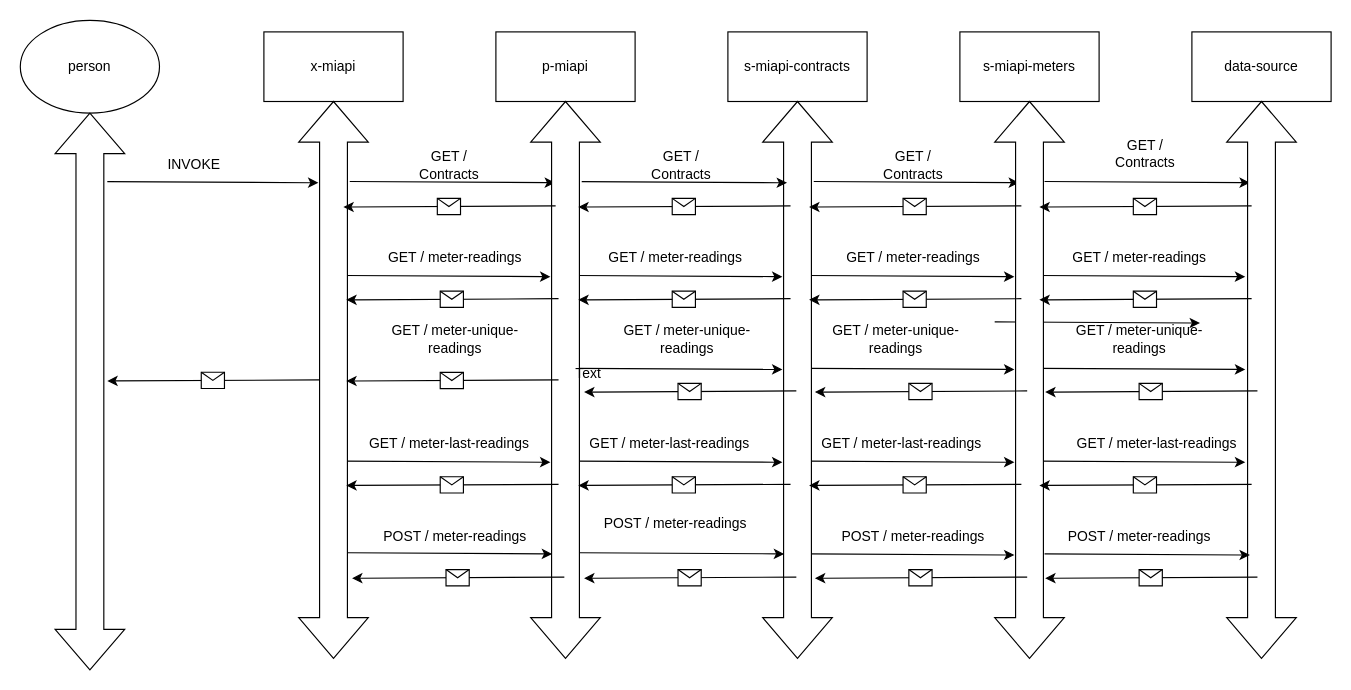
Earlier version of the draw.io diagram Untitled Diagram.drawio (lennyjuma/demo). Source tidied: cells renumbered, new cells numbered last; positions are measured from the earlier drawing's top-left corner, leaving out a move shared by most shapes. Both pictures are drawn from the tidied source at 116%, with x=0, y=0 at pixel (-189, 20).
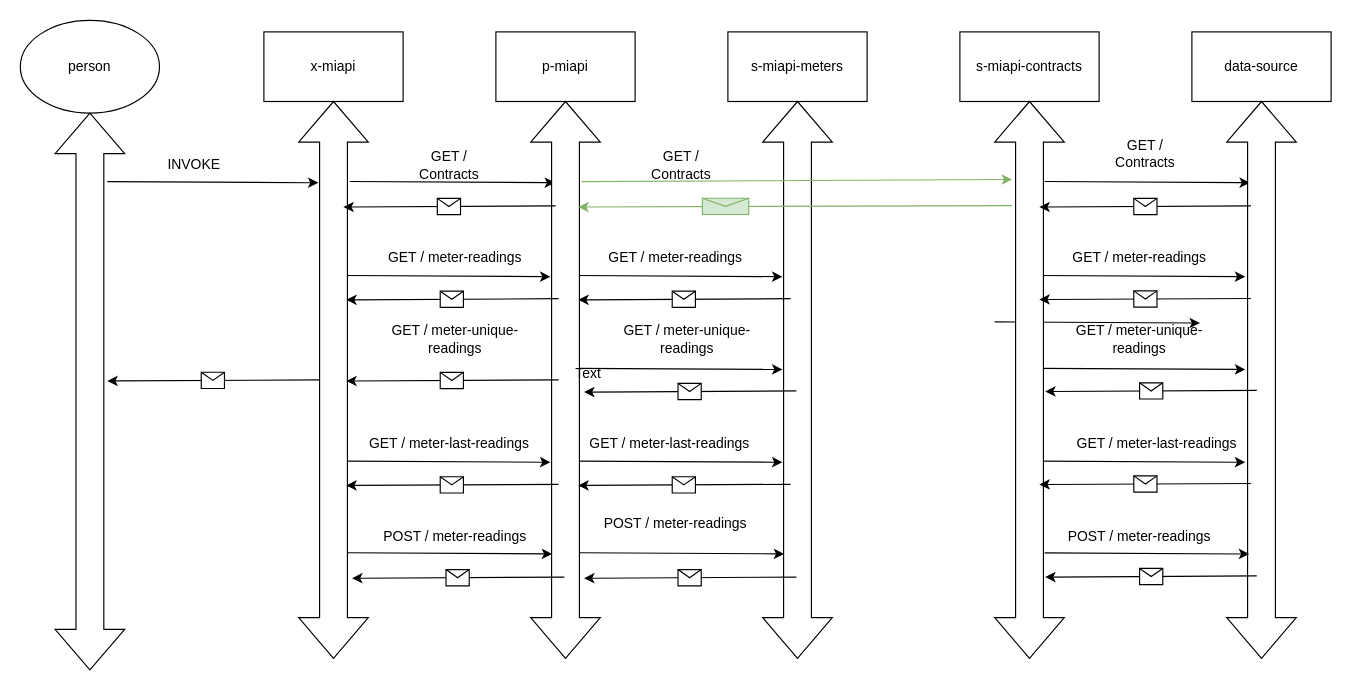
The same diagram, later.

Unchanged cells that the change refers to:
```xml
<mxCell id="48" style="html=1;shadow=0;dashed=0;align=center;verticalAlign=middle;shape=mxgraph.arrows2.twoWayArrow;dy=0.6;dx=35;rotation=-90;" parent="1" vertex="1">
  <mxGeometry x="810" y="280" width="480" height="60" as="geometry" />
</mxCell>
<mxCell id="49" style="html=1;shadow=0;dashed=0;align=center;verticalAlign=middle;shape=mxgraph.arrows2.twoWayArrow;dy=0.6;dx=35;rotation=-90;" parent="1" vertex="1">
  <mxGeometry x="610" y="280" width="480" height="60" as="geometry" />
</mxCell>
<mxCell id="50" style="html=1;shadow=0;dashed=0;align=center;verticalAlign=middle;shape=mxgraph.arrows2.twoWayArrow;dy=0.6;dx=35;rotation=-90;" parent="1" vertex="1">
  <mxGeometry x="410" y="280" width="480" height="60" as="geometry" />
</mxCell>
```

The edit, as a diff of the source:
```diff
@@
-    <mxCell id="5" value="s-miapi-meters" style="rounded=0;whiteSpace=wrap;html=1;" parent="1" vertex="1">
+    <mxCell id="5" value="s-miapi-contracts" style="rounded=0;whiteSpace=wrap;html=1;" parent="1" vertex="1">
       <mxGeometry x="990" y="10" width="120" height="60" as="geometry" />
     </mxCell>
-    <mxCell id="6" value="s-miapi-contracts" style="rounded=0;whiteSpace=wrap;html=1;" parent="1" vertex="1">
+    <mxCell id="6" value="s-miapi-meters" style="rounded=0;whiteSpace=wrap;html=1;" parent="1" vertex="1">
       <mxGeometry x="790" y="10" width="120" height="60" as="geometry" />
     </mxCell>
@@
-    <mxCell id="12" style="endArrow=classic;html=1;rounded=0;entryX=0.854;entryY=0.35;entryDx=0;entryDy=0;entryPerimeter=0;exitX=0.856;exitY=0.733;exitDx=0;exitDy=0;exitPerimeter=0;" parent="1" edge="1">
-      <mxGeometry relative="1" as="geometry">
-        <mxPoint x="864" y="139" as="sourcePoint" />
-        <mxPoint x="1041" y="140" as="targetPoint" />
-      </mxGeometry>
-    </mxCell>
-    <mxCell id="13" style="endArrow=classic;html=1;rounded=0;entryX=0.854;entryY=0.35;entryDx=0;entryDy=0;entryPerimeter=0;exitX=0.856;exitY=0.733;exitDx=0;exitDy=0;exitPerimeter=0;" parent="1" edge="1">
-      <mxGeometry relative="1" as="geometry">
-        <mxPoint x="860" y="460" as="sourcePoint" />
-        <mxPoint x="1037" y="461" as="targetPoint" />
-      </mxGeometry>
-    </mxCell>
-    <mxCell id="14" style="endArrow=classic;html=1;rounded=0;entryX=0.854;entryY=0.35;entryDx=0;entryDy=0;entryPerimeter=0;exitX=0.856;exitY=0.733;exitDx=0;exitDy=0;exitPerimeter=0;" parent="1" edge="1">
-      <mxGeometry relative="1" as="geometry">
-        <mxPoint x="860" y="380" as="sourcePoint" />
-        <mxPoint x="1037" y="381" as="targetPoint" />
-      </mxGeometry>
-    </mxCell>
-    <mxCell id="15" style="endArrow=classic;html=1;rounded=0;entryX=0.854;entryY=0.35;entryDx=0;entryDy=0;entryPerimeter=0;exitX=0.856;exitY=0.733;exitDx=0;exitDy=0;exitPerimeter=0;" parent="1" edge="1">
-      <mxGeometry relative="1" as="geometry">
-        <mxPoint x="860" y="300" as="sourcePoint" />
-        <mxPoint x="1037" y="301" as="targetPoint" />
-      </mxGeometry>
-    </mxCell>
-    <mxCell id="16" style="endArrow=classic;html=1;rounded=0;entryX=0.854;entryY=0.35;entryDx=0;entryDy=0;entryPerimeter=0;exitX=0.856;exitY=0.733;exitDx=0;exitDy=0;exitPerimeter=0;" parent="1" edge="1">
-      <mxGeometry relative="1" as="geometry">
-        <mxPoint x="860" y="220" as="sourcePoint" />
-        <mxPoint x="1037" y="221" as="targetPoint" />
-      </mxGeometry>
-    </mxCell>
@@
-    <mxCell id="28" value="GET / Contracts" style="text;html=1;strokeColor=none;fillColor=none;align=center;verticalAlign=middle;whiteSpace=wrap;rounded=0;" parent="1" vertex="1">
-      <mxGeometry x="920" y="110" width="60" height="30" as="geometry" />
-    </mxCell>
@@
-    <mxCell id="33" value="GET / meter-readings" style="text;html=1;strokeColor=none;fillColor=none;align=center;verticalAlign=middle;whiteSpace=wrap;rounded=0;" parent="1" vertex="1">
-      <mxGeometry x="885" y="190" width="130" height="30" as="geometry" />
-    </mxCell>
@@
-    <mxCell id="35" value="GET / meter-unique-readings" style="text;html=1;strokeColor=none;fillColor=none;align=center;verticalAlign=middle;whiteSpace=wrap;rounded=0;" parent="1" vertex="1">
-      <mxGeometry x="860" y="260" width="150" height="30" as="geometry" />
-    </mxCell>
@@
-    <mxCell id="37" value="GET / meter-last-readings" style="text;html=1;strokeColor=none;fillColor=none;align=center;verticalAlign=middle;whiteSpace=wrap;rounded=0;" parent="1" vertex="1">
-      <mxGeometry x="870" y="350" width="140" height="30" as="geometry" />
-    </mxCell>
@@
-    <mxCell id="39" value="POST / meter-readings" style="text;html=1;strokeColor=none;fillColor=none;align=center;verticalAlign=middle;whiteSpace=wrap;rounded=0;" parent="1" vertex="1">
-      <mxGeometry x="885" y="430" width="130" height="30" as="geometry" />
-    </mxCell>
@@
-    <mxCell id="55" style="endArrow=classic;html=1;rounded=0;entryX=0.854;entryY=0.35;entryDx=0;entryDy=0;entryPerimeter=0;exitX=0.856;exitY=0.733;exitDx=0;exitDy=0;exitPerimeter=0;" parent="1" edge="1" source="50" target="49">
+    <mxCell id="55" style="endArrow=classic;html=1;rounded=0;entryX=0.86;entryY=0.25;entryDx=0;entryDy=0;entryPerimeter=0;exitX=0.856;exitY=0.733;exitDx=0;exitDy=0;exitPerimeter=0;fillColor=#d5e8d4;strokeColor=#82b366;" parent="1" edge="1" source="50" target="48">
       <mxGeometry relative="1" as="geometry" />
     </mxCell>
-    <mxCell id="56" style="group;" parent="1" vertex="1">
-      <mxGeometry x="860" y="160" width="188" height="321" as="geometry" />
-    </mxCell>
-    <mxCell id="57" style="endArrow=classic;html=1;rounded=0;exitX=0.5;exitY=0;exitDx=0;exitDy=18;exitPerimeter=0;entryX=0.519;entryY=0.75;entryDx=0;entryDy=0;entryPerimeter=0;" parent="56" edge="1">
-      <mxGeometry relative="1" as="geometry">
-        <mxPoint x="183" as="sourcePoint" />
-        <mxPoint y="1" as="targetPoint" />
-      </mxGeometry>
-    </mxCell>
-    <mxCell id="58" style="shape=message;html=1;" parent="57" vertex="1">
-      <mxGeometry width="20" height="14" relative="1" as="geometry">
-        <mxPoint x="-10" y="-7" as="offset" />
-      </mxGeometry>
-    </mxCell>
-    <mxCell id="59" style="endArrow=classic;html=1;rounded=0;exitX=0.5;exitY=0;exitDx=0;exitDy=18;exitPerimeter=0;entryX=0.519;entryY=0.75;entryDx=0;entryDy=0;entryPerimeter=0;" parent="56" edge="1">
-      <mxGeometry relative="1" as="geometry">
-        <mxPoint x="183" y="80" as="sourcePoint" />
-        <mxPoint y="81" as="targetPoint" />
-      </mxGeometry>
-    </mxCell>
-    <mxCell id="60" style="shape=message;html=1;" parent="59" vertex="1">
-      <mxGeometry width="20" height="14" relative="1" as="geometry">
-        <mxPoint x="-10" y="-7" as="offset" />
-      </mxGeometry>
-    </mxCell>
-    <mxCell id="61" style="endArrow=classic;html=1;rounded=0;exitX=0.5;exitY=0;exitDx=0;exitDy=18;exitPerimeter=0;entryX=0.519;entryY=0.75;entryDx=0;entryDy=0;entryPerimeter=0;" parent="56" edge="1">
-      <mxGeometry relative="1" as="geometry">
-        <mxPoint x="183" y="240" as="sourcePoint" />
-        <mxPoint y="241" as="targetPoint" />
-      </mxGeometry>
-    </mxCell>
-    <mxCell id="62" style="shape=message;html=1;" parent="61" vertex="1">
-      <mxGeometry width="20" height="14" relative="1" as="geometry">
-        <mxPoint x="-10" y="-7" as="offset" />
-      </mxGeometry>
-    </mxCell>
-    <mxCell id="63" style="endArrow=classic;html=1;rounded=0;exitX=0.5;exitY=0;exitDx=0;exitDy=18;exitPerimeter=0;entryX=0.519;entryY=0.75;entryDx=0;entryDy=0;entryPerimeter=0;" parent="56" edge="1">
-      <mxGeometry relative="1" as="geometry">
-        <mxPoint x="188" y="159.5" as="sourcePoint" />
-        <mxPoint x="5" y="160.5" as="targetPoint" />
-      </mxGeometry>
-    </mxCell>
-    <mxCell id="64" style="shape=message;html=1;" parent="63" vertex="1">
-      <mxGeometry width="20" height="14" relative="1" as="geometry">
-        <mxPoint x="-10" y="-7" as="offset" />
-      </mxGeometry>
-    </mxCell>
-    <mxCell id="65" style="endArrow=classic;html=1;rounded=0;exitX=0.5;exitY=0;exitDx=0;exitDy=18;exitPerimeter=0;entryX=0.519;entryY=0.75;entryDx=0;entryDy=0;entryPerimeter=0;" parent="56" edge="1">
-      <mxGeometry relative="1" as="geometry">
-        <mxPoint x="188" y="320" as="sourcePoint" />
-        <mxPoint x="5" y="321" as="targetPoint" />
-      </mxGeometry>
-    </mxCell>
-    <mxCell id="66" style="shape=message;html=1;" parent="65" vertex="1">
-      <mxGeometry width="20" height="14" relative="1" as="geometry">
-        <mxPoint x="-10" y="-7" as="offset" />
-      </mxGeometry>
-    </mxCell>
-    <mxCell id="67" style="group;" parent="1" vertex="1">
-      <mxGeometry x="661" y="160" width="188" height="321" as="geometry" />
-    </mxCell>
+    <mxCell id="78" style="group;" parent="1" vertex="1">
+      <mxGeometry x="461" y="160" width="188" height="321" as="geometry" />
+    </mxCell>
+    <mxCell id="79" style="endArrow=classic;html=1;rounded=0;exitX=0.5;exitY=0;exitDx=0;exitDy=18;exitPerimeter=0;entryX=0.519;entryY=0.75;entryDx=0;entryDy=0;entryPerimeter=0;" parent="78" edge="1">
+      <mxGeometry relative="1" as="geometry">
+        <mxPoint x="183" y="80" as="sourcePoint" />
+        <mxPoint y="81" as="targetPoint" />
+      </mxGeometry>
+    </mxCell>
+    <mxCell id="80" style="shape=message;html=1;" parent="79" vertex="1">
+      <mxGeometry width="20" height="14" relative="1" as="geometry">
+        <mxPoint x="-10" y="-7" as="offset" />
+      </mxGeometry>
+    </mxCell>
+    <mxCell id="81" style="endArrow=classic;html=1;rounded=0;exitX=0.5;exitY=0;exitDx=0;exitDy=18;exitPerimeter=0;entryX=0.519;entryY=0.75;entryDx=0;entryDy=0;entryPerimeter=0;" parent="78" edge="1">
+      <mxGeometry relative="1" as="geometry">
+        <mxPoint x="183" y="240" as="sourcePoint" />
+        <mxPoint y="241" as="targetPoint" />
+      </mxGeometry>
+    </mxCell>
+    <mxCell id="82" style="shape=message;html=1;" parent="81" vertex="1">
+      <mxGeometry width="20" height="14" relative="1" as="geometry">
+        <mxPoint x="-10" y="-7" as="offset" />
+      </mxGeometry>
+    </mxCell>
+    <mxCell id="83" style="endArrow=classic;html=1;rounded=0;exitX=0.5;exitY=0;exitDx=0;exitDy=18;exitPerimeter=0;entryX=0.519;entryY=0.75;entryDx=0;entryDy=0;entryPerimeter=0;" parent="78" edge="1">
+      <mxGeometry relative="1" as="geometry">
+        <mxPoint x="183" y="150" as="sourcePoint" />
+        <mxPoint y="151" as="targetPoint" />
+      </mxGeometry>
+    </mxCell>
+    <mxCell id="84" style="shape=message;html=1;" parent="83" vertex="1">
+      <mxGeometry width="20" height="14" relative="1" as="geometry">
+        <mxPoint x="-10" y="-7" as="offset" />
+      </mxGeometry>
+    </mxCell>
+    <mxCell id="85" style="endArrow=classic;html=1;rounded=0;exitX=0.5;exitY=0;exitDx=0;exitDy=18;exitPerimeter=0;entryX=0.519;entryY=0.75;entryDx=0;entryDy=0;entryPerimeter=0;" parent="78" edge="1">
+      <mxGeometry relative="1" as="geometry">
+        <mxPoint x="188" y="320" as="sourcePoint" />
+        <mxPoint x="5" y="321" as="targetPoint" />
+      </mxGeometry>
+    </mxCell>
+    <mxCell id="86" style="shape=message;html=1;" parent="85" vertex="1">
+      <mxGeometry width="20" height="14" relative="1" as="geometry">
+        <mxPoint x="-10" y="-7" as="offset" />
+      </mxGeometry>
+    </mxCell>
+    <mxCell id="99" style="endArrow=classic;html=1;rounded=0;exitX=0.5;exitY=0;exitDx=0;exitDy=18;exitPerimeter=0;entryX=0.519;entryY=0.75;entryDx=0;entryDy=0;entryPerimeter=0;" parent="1" edge="1">
+      <mxGeometry relative="1" as="geometry">
+        <mxPoint x="641.5" y="160" as="sourcePoint" />
+        <mxPoint x="458.5" y="161" as="targetPoint" />
+      </mxGeometry>
+    </mxCell>
+    <mxCell id="100" style="shape=message;html=1;" parent="99" vertex="1">
+      <mxGeometry width="20" height="14" relative="1" as="geometry">
+        <mxPoint x="-10" y="-7" as="offset" />
+      </mxGeometry>
+    </mxCell>
+    <mxCell id="101" value="Text" style="text;html=1;strokeColor=none;fillColor=none;align=center;verticalAlign=middle;whiteSpace=wrap;rounded=0;" parent="1" vertex="1">
+      <mxGeometry x="640" y="290" width="60" height="30" as="geometry" />
+    </mxCell>
+    <mxCell id="102" value="INVOKE" style="text;html=1;strokeColor=none;fillColor=none;align=center;verticalAlign=middle;whiteSpace=wrap;rounded=0;" parent="1" vertex="1">
+      <mxGeometry x="300" y="110" width="60" height="30" as="geometry" />
+    </mxCell>
-    <mxCell id="68" style="endArrow=classic;html=1;rounded=0;exitX=0.5;exitY=0;exitDx=0;exitDy=18;exitPerimeter=0;entryX=0.519;entryY=0.75;entryDx=0;entryDy=0;entryPerimeter=0;" parent="67" edge="1">
+    <mxCell id="68" style="endArrow=classic;html=1;rounded=0;exitX=0.813;exitY=0.25;exitDx=0;exitDy=0;exitPerimeter=0;entryX=0.519;entryY=0.75;entryDx=0;entryDy=0;entryPerimeter=0;fillColor=#d5e8d4;strokeColor=#82b366;" parent="1" edge="1" source="48">
       <mxGeometry relative="1" as="geometry">
-        <mxPoint x="183" as="sourcePoint" />
-        <mxPoint y="1" as="targetPoint" />
+        <mxPoint x="661" y="161" as="targetPoint" />
       </mxGeometry>
     </mxCell>
-    <mxCell id="69" style="shape=message;html=1;" parent="68" vertex="1">
-      <mxGeometry width="20" height="14" relative="1" as="geometry">
-        <mxPoint x="-10" y="-7" as="offset" />
+    <mxCell id="69" style="shape=message;html=1;fillColor=#d5e8d4;strokeColor=#82b366;" parent="68" vertex="1">
+      <mxGeometry width="40" height="14" relative="1" as="geometry">
+        <mxPoint x="-80" y="-7" as="offset" />
       </mxGeometry>
     </mxCell>
-    <mxCell id="70" style="endArrow=classic;html=1;rounded=0;exitX=0.5;exitY=0;exitDx=0;exitDy=18;exitPerimeter=0;entryX=0.519;entryY=0.75;entryDx=0;entryDy=0;entryPerimeter=0;" parent="67" edge="1">
+    <mxCell id="70" style="endArrow=classic;html=1;rounded=0;exitX=0.5;exitY=0;exitDx=0;exitDy=18;exitPerimeter=0;entryX=0.519;entryY=0.75;entryDx=0;entryDy=0;entryPerimeter=0;" parent="1" edge="1">
       <mxGeometry relative="1" as="geometry">
-        <mxPoint x="183" y="80" as="sourcePoint" />
-        <mxPoint y="81" as="targetPoint" />
+        <mxPoint x="844" y="240" as="sourcePoint" />
+        <mxPoint x="661" y="241" as="targetPoint" />
       </mxGeometry>
     </mxCell>
@@
-    <mxCell id="72" style="endArrow=classic;html=1;rounded=0;exitX=0.5;exitY=0;exitDx=0;exitDy=18;exitPerimeter=0;entryX=0.519;entryY=0.75;entryDx=0;entryDy=0;entryPerimeter=0;" parent="67" edge="1">
+    <mxCell id="72" style="endArrow=classic;html=1;rounded=0;exitX=0.5;exitY=0;exitDx=0;exitDy=18;exitPerimeter=0;entryX=0.519;entryY=0.75;entryDx=0;entryDy=0;entryPerimeter=0;" parent="1" edge="1">
       <mxGeometry relative="1" as="geometry">
-        <mxPoint x="183" y="240" as="sourcePoint" />
-        <mxPoint y="241" as="targetPoint" />
+        <mxPoint x="844" y="400" as="sourcePoint" />
+        <mxPoint x="661" y="401" as="targetPoint" />
       </mxGeometry>
     </mxCell>
@@
-    <mxCell id="74" style="endArrow=classic;html=1;rounded=0;exitX=0.5;exitY=0;exitDx=0;exitDy=18;exitPerimeter=0;entryX=0.519;entryY=0.75;entryDx=0;entryDy=0;entryPerimeter=0;" parent="67" edge="1">
+    <mxCell id="74" style="endArrow=classic;html=1;rounded=0;exitX=0.5;exitY=0;exitDx=0;exitDy=18;exitPerimeter=0;entryX=0.519;entryY=0.75;entryDx=0;entryDy=0;entryPerimeter=0;" parent="1" edge="1">
       <mxGeometry relative="1" as="geometry">
-        <mxPoint x="188" y="159.5" as="sourcePoint" />
-        <mxPoint x="5" y="160.5" as="targetPoint" />
+        <mxPoint x="849" y="319.5" as="sourcePoint" />
+        <mxPoint x="666" y="320.5" as="targetPoint" />
       </mxGeometry>
     </mxCell>
@@
-    <mxCell id="76" style="endArrow=classic;html=1;rounded=0;exitX=0.5;exitY=0;exitDx=0;exitDy=18;exitPerimeter=0;entryX=0.519;entryY=0.75;entryDx=0;entryDy=0;entryPerimeter=0;" parent="67" edge="1">
+    <mxCell id="76" style="endArrow=classic;html=1;rounded=0;exitX=0.5;exitY=0;exitDx=0;exitDy=18;exitPerimeter=0;entryX=0.519;entryY=0.75;entryDx=0;entryDy=0;entryPerimeter=0;" parent="1" edge="1">
       <mxGeometry relative="1" as="geometry">
-        <mxPoint x="188" y="320" as="sourcePoint" />
-        <mxPoint x="5" y="321" as="targetPoint" />
+        <mxPoint x="849" y="480" as="sourcePoint" />
+        <mxPoint x="666" y="481" as="targetPoint" />
       </mxGeometry>
     </mxCell>
@@
-    <mxCell id="78" style="group;" parent="1" vertex="1">
-      <mxGeometry x="461" y="160" width="188" height="321" as="geometry" />
-    </mxCell>
-    <mxCell id="79" style="endArrow=classic;html=1;rounded=0;exitX=0.5;exitY=0;exitDx=0;exitDy=18;exitPerimeter=0;entryX=0.519;entryY=0.75;entryDx=0;entryDy=0;entryPerimeter=0;" parent="78" edge="1">
-      <mxGeometry relative="1" as="geometry">
-        <mxPoint x="183" y="80" as="sourcePoint" />
-        <mxPoint y="81" as="targetPoint" />
-      </mxGeometry>
-    </mxCell>
-    <mxCell id="80" style="shape=message;html=1;" parent="79" vertex="1">
-      <mxGeometry width="20" height="14" relative="1" as="geometry">
-        <mxPoint x="-10" y="-7" as="offset" />
-      </mxGeometry>
-    </mxCell>
-    <mxCell id="81" style="endArrow=classic;html=1;rounded=0;exitX=0.5;exitY=0;exitDx=0;exitDy=18;exitPerimeter=0;entryX=0.519;entryY=0.75;entryDx=0;entryDy=0;entryPerimeter=0;" parent="78" edge="1">
-      <mxGeometry relative="1" as="geometry">
-        <mxPoint x="183" y="240" as="sourcePoint" />
-        <mxPoint y="241" as="targetPoint" />
-      </mxGeometry>
-    </mxCell>
-    <mxCell id="82" style="shape=message;html=1;" parent="81" vertex="1">
-      <mxGeometry width="20" height="14" relative="1" as="geometry">
-        <mxPoint x="-10" y="-7" as="offset" />
-      </mxGeometry>
-    </mxCell>
-    <mxCell id="83" style="endArrow=classic;html=1;rounded=0;exitX=0.5;exitY=0;exitDx=0;exitDy=18;exitPerimeter=0;entryX=0.519;entryY=0.75;entryDx=0;entryDy=0;entryPerimeter=0;" parent="78" edge="1">
-      <mxGeometry relative="1" as="geometry">
-        <mxPoint x="183" y="150" as="sourcePoint" />
-        <mxPoint y="151" as="targetPoint" />
-      </mxGeometry>
-    </mxCell>
-    <mxCell id="84" style="shape=message;html=1;" parent="83" vertex="1">
-      <mxGeometry width="20" height="14" relative="1" as="geometry">
-        <mxPoint x="-10" y="-7" as="offset" />
-      </mxGeometry>
-    </mxCell>
-    <mxCell id="85" style="endArrow=classic;html=1;rounded=0;exitX=0.5;exitY=0;exitDx=0;exitDy=18;exitPerimeter=0;entryX=0.519;entryY=0.75;entryDx=0;entryDy=0;entryPerimeter=0;" parent="78" edge="1">
-      <mxGeometry relative="1" as="geometry">
-        <mxPoint x="188" y="320" as="sourcePoint" />
-        <mxPoint x="5" y="321" as="targetPoint" />
-      </mxGeometry>
-    </mxCell>
-    <mxCell id="86" style="shape=message;html=1;" parent="85" vertex="1">
-      <mxGeometry width="20" height="14" relative="1" as="geometry">
-        <mxPoint x="-10" y="-7" as="offset" />
-      </mxGeometry>
-    </mxCell>
-    <mxCell id="87" style="group;" parent="1" vertex="1">
-      <mxGeometry x="1058.5" y="160" width="188" height="321" as="geometry" />
-    </mxCell>
-    <mxCell id="88" style="endArrow=classic;html=1;rounded=0;exitX=0.5;exitY=0;exitDx=0;exitDy=18;exitPerimeter=0;entryX=0.519;entryY=0.75;entryDx=0;entryDy=0;entryPerimeter=0;" parent="87" edge="1">
+    <mxCell id="88" style="endArrow=classic;html=1;rounded=0;exitX=0.5;exitY=0;exitDx=0;exitDy=18;exitPerimeter=0;entryX=0.519;entryY=0.75;entryDx=0;entryDy=0;entryPerimeter=0;" parent="1" edge="1">
       <mxGeometry relative="1" as="geometry">
-        <mxPoint x="183" as="sourcePoint" />
-        <mxPoint y="1" as="targetPoint" />
+        <mxPoint x="1240.9" y="160" as="sourcePoint" />
+        <mxPoint x="1058.5" y="161" as="targetPoint" />
       </mxGeometry>
     </mxCell>
@@
-    <mxCell id="90" style="endArrow=classic;html=1;rounded=0;exitX=0.5;exitY=0;exitDx=0;exitDy=18;exitPerimeter=0;entryX=0.519;entryY=0.75;entryDx=0;entryDy=0;entryPerimeter=0;" parent="87" edge="1">
+    <mxCell id="90" style="endArrow=classic;html=1;rounded=0;exitX=0.5;exitY=0;exitDx=0;exitDy=18;exitPerimeter=0;entryX=0.519;entryY=0.75;entryDx=0;entryDy=0;entryPerimeter=0;" parent="1" edge="1">
       <mxGeometry relative="1" as="geometry">
-        <mxPoint x="183" y="80" as="sourcePoint" />
-        <mxPoint y="81" as="targetPoint" />
+        <mxPoint x="1240.9" y="239.8" as="sourcePoint" />
+        <mxPoint x="1058.5" y="240.7" as="targetPoint" />
       </mxGeometry>
     </mxCell>
@@
-    <mxCell id="92" style="endArrow=classic;html=1;rounded=0;exitX=0.5;exitY=0;exitDx=0;exitDy=18;exitPerimeter=0;entryX=0.519;entryY=0.75;entryDx=0;entryDy=0;entryPerimeter=0;" parent="87" edge="1">
+    <mxCell id="92" style="endArrow=classic;html=1;rounded=0;exitX=0.5;exitY=0;exitDx=0;exitDy=18;exitPerimeter=0;entryX=0.519;entryY=0.75;entryDx=0;entryDy=0;entryPerimeter=0;" parent="1" edge="1">
       <mxGeometry relative="1" as="geometry">
-        <mxPoint x="183" y="240" as="sourcePoint" />
-        <mxPoint y="241" as="targetPoint" />
+        <mxPoint x="1240.9" y="399.3" as="sourcePoint" />
+        <mxPoint x="1058.5" y="400.2" as="targetPoint" />
       </mxGeometry>
     </mxCell>
@@
-    <mxCell id="94" style="endArrow=classic;html=1;rounded=0;exitX=0.5;exitY=0;exitDx=0;exitDy=18;exitPerimeter=0;entryX=0.519;entryY=0.75;entryDx=0;entryDy=0;entryPerimeter=0;" parent="87" edge="1">
+    <mxCell id="94" style="endArrow=classic;html=1;rounded=0;exitX=0.5;exitY=0;exitDx=0;exitDy=18;exitPerimeter=0;entryX=0.519;entryY=0.75;entryDx=0;entryDy=0;entryPerimeter=0;" parent="1" edge="1">
       <mxGeometry relative="1" as="geometry">
-        <mxPoint x="188" y="159.5" as="sourcePoint" />
-        <mxPoint x="5" y="160.5" as="targetPoint" />
+        <mxPoint x="1245.9" y="319" as="sourcePoint" />
+        <mxPoint x="1063.5" y="320" as="targetPoint" />
       </mxGeometry>
     </mxCell>
@@
-    <mxCell id="96" style="endArrow=classic;html=1;rounded=0;exitX=0.5;exitY=0;exitDx=0;exitDy=18;exitPerimeter=0;entryX=0.519;entryY=0.75;entryDx=0;entryDy=0;entryPerimeter=0;" parent="87" edge="1">
+    <mxCell id="96" style="endArrow=classic;html=1;rounded=0;exitX=0.5;exitY=0;exitDx=0;exitDy=18;exitPerimeter=0;entryX=0.519;entryY=0.75;entryDx=0;entryDy=0;entryPerimeter=0;" parent="1" edge="1">
       <mxGeometry relative="1" as="geometry">
-        <mxPoint x="188" y="320" as="sourcePoint" />
-        <mxPoint x="5" y="321" as="targetPoint" />
+        <mxPoint x="1245.9" y="479" as="sourcePoint" />
+        <mxPoint x="1063.5" y="480" as="targetPoint" />
       </mxGeometry>
     </mxCell>
@@
-    <mxCell id="98" style="endArrow=classic;html=1;rounded=0;entryX=0.854;entryY=0.35;entryDx=0;entryDy=0;entryPerimeter=0;exitX=0.856;exitY=0.733;exitDx=0;exitDy=0;exitPerimeter=0;" parent="87" edge="1">
+    <mxCell id="98" style="endArrow=classic;html=1;rounded=0;entryX=0.854;entryY=0.35;entryDx=0;entryDy=0;entryPerimeter=0;exitX=0.856;exitY=0.733;exitDx=0;exitDy=0;exitPerimeter=0;" parent="1" edge="1">
       <mxGeometry relative="1" as="geometry">
-        <mxPoint x="4.5" y="300" as="sourcePoint" />
-        <mxPoint x="181.5" y="301" as="targetPoint" />
+        <mxPoint x="1063" y="459.1" as="sourcePoint" />
+        <mxPoint x="1239.4" y="460.1" as="targetPoint" />
       </mxGeometry>
     </mxCell>
-    <mxCell id="99" style="endArrow=classic;html=1;rounded=0;exitX=0.5;exitY=0;exitDx=0;exitDy=18;exitPerimeter=0;entryX=0.519;entryY=0.75;entryDx=0;entryDy=0;entryPerimeter=0;" parent="1" edge="1">
-      <mxGeometry relative="1" as="geometry">
-        <mxPoint x="641.5" y="160" as="sourcePoint" />
-        <mxPoint x="458.5" y="161" as="targetPoint" />
-      </mxGeometry>
-    </mxCell>
-    <mxCell id="100" style="shape=message;html=1;" parent="99" vertex="1">
-      <mxGeometry width="20" height="14" relative="1" as="geometry">
-        <mxPoint x="-10" y="-7" as="offset" />
-      </mxGeometry>
-    </mxCell>
-    <mxCell id="101" value="Text" style="text;html=1;strokeColor=none;fillColor=none;align=center;verticalAlign=middle;whiteSpace=wrap;rounded=0;" parent="1" vertex="1">
-      <mxGeometry x="640" y="290" width="60" height="30" as="geometry" />
-    </mxCell>
-    <mxCell id="102" value="INVOKE" style="text;html=1;strokeColor=none;fillColor=none;align=center;verticalAlign=middle;whiteSpace=wrap;rounded=0;" parent="1" vertex="1">
-      <mxGeometry x="300" y="110" width="60" height="30" as="geometry" />
-    </mxCell>
```
